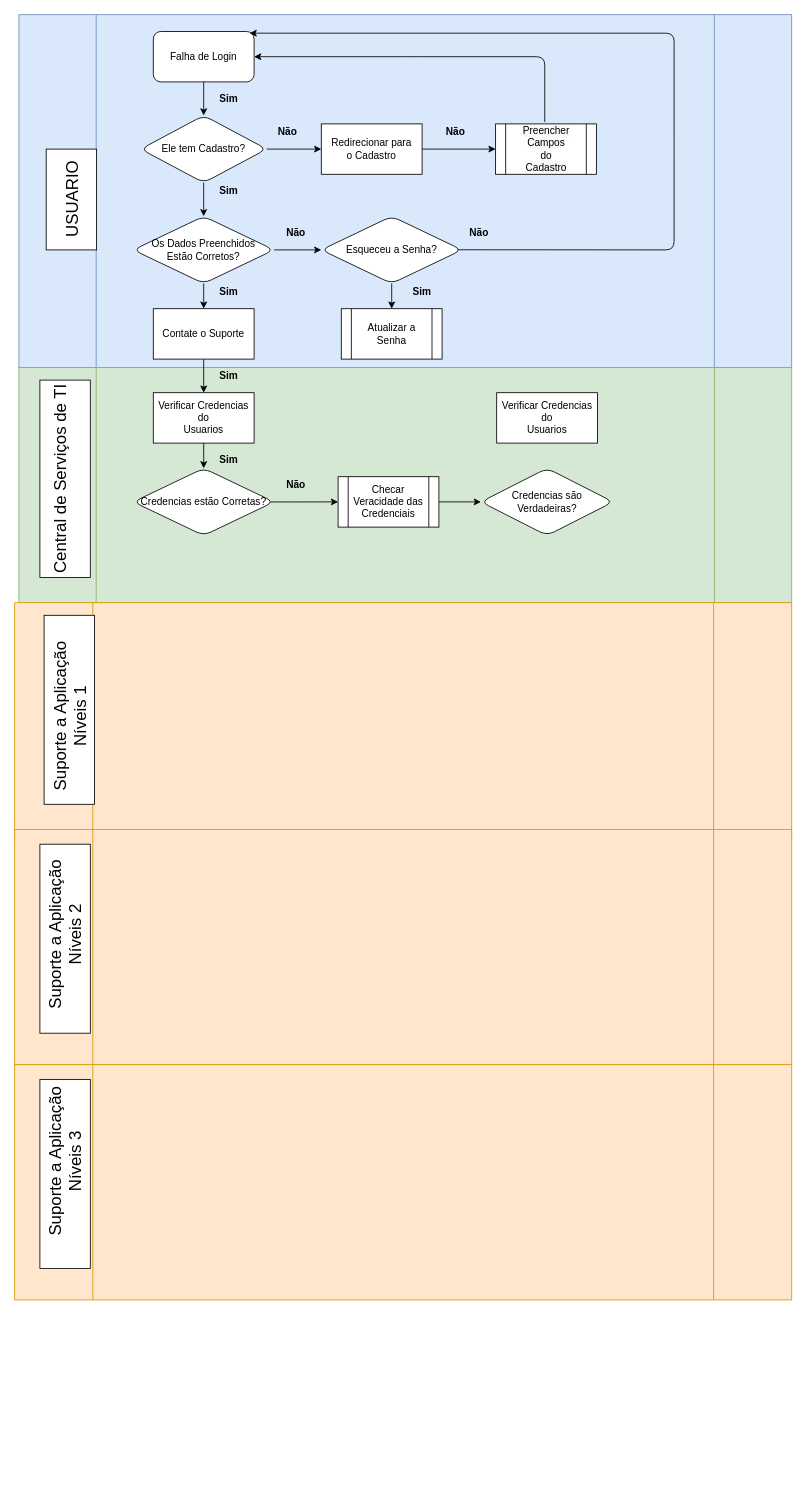
Earlier version of the draw.io diagram Documentação/Diagramas/fluxograma_helpdesk.drawio (LucasTeixeira793/StrongBerry). Source tidied: cells renumbered, new cells numbered last; positions are measured from the earlier drawing's top-left corner, leaving out a move shared by most shapes. Both pictures are drawn from the tidied source at 84%, with x=0, y=0 at pixel (-49, 14).
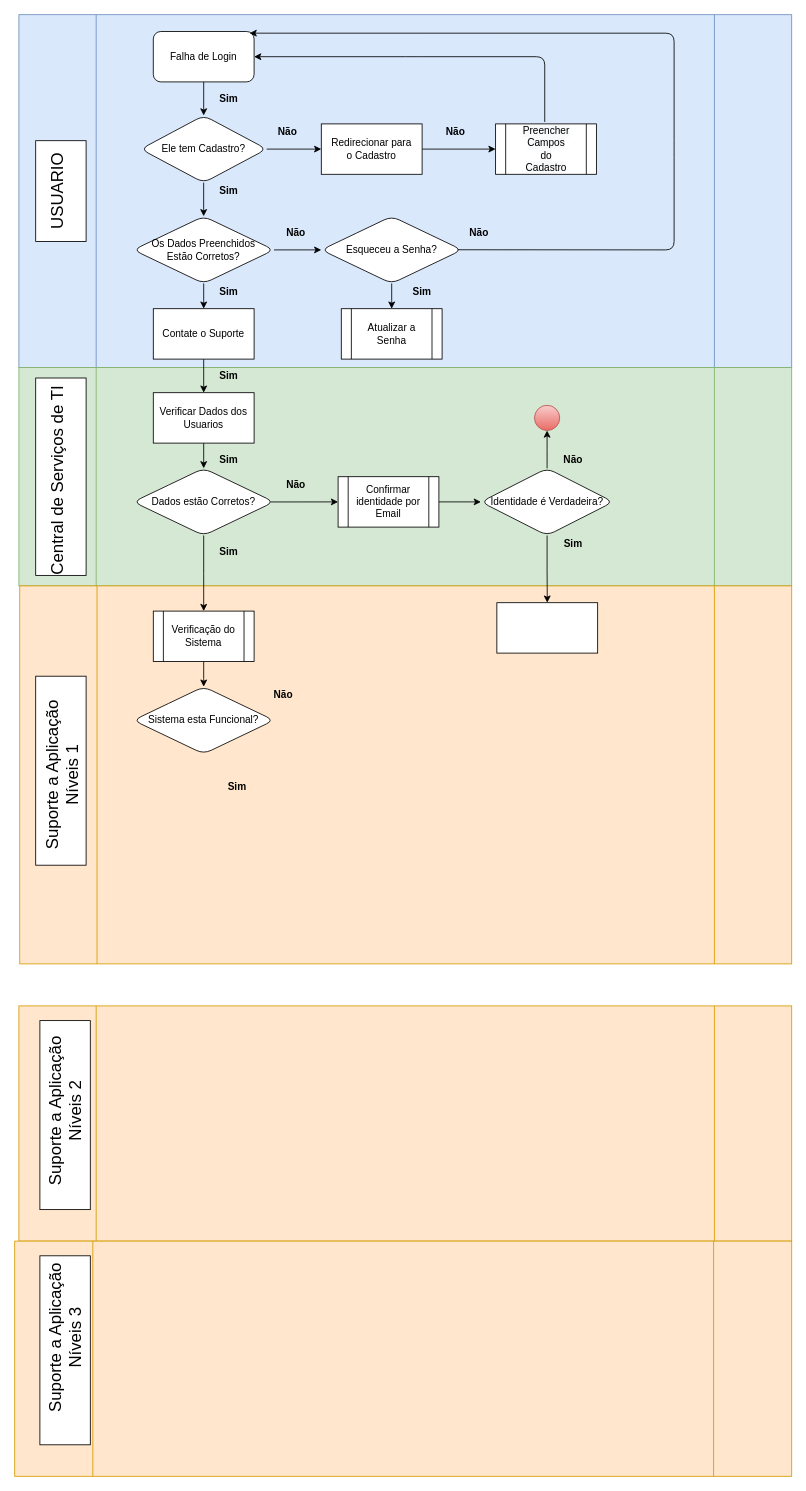
The same page after the edit.

What changed in the source:
```diff
@@
     <mxCell id="3" style="shape=process;whiteSpace=wrap;html=1;backgroundOutline=1;fillColor=#d5e8d4;strokeColor=#82b366;" parent="1" vertex="1">
-      <mxGeometry x="80" y="420" width="920" height="280" as="geometry" />
+      <mxGeometry x="80" y="420" width="920" height="260" as="geometry" />
     </mxCell>
     <mxCell id="4" style="shape=process;whiteSpace=wrap;html=1;backgroundOutline=1;fillColor=#ffe6cc;strokeColor=#d79b00;" parent="1" vertex="1">
-      <mxGeometry x="75" y="700" width="925" height="280" as="geometry" />
+      <mxGeometry x="81" y="680" width="919" height="450" as="geometry" />
     </mxCell>
     <mxCell id="5" style="rounded=0;whiteSpace=wrap;html=1;rotation=-90;" parent="1" vertex="1">
-      <mxGeometry x="82.5" y="190" width="120" height="60" as="geometry" />
+      <mxGeometry x="70" y="180" width="120" height="60" as="geometry" />
     </mxCell>
     <mxCell id="6" value="&lt;font style=&quot;font-size: 20px&quot;&gt;USUARIO&lt;/font&gt;" style="text;html=1;strokeColor=none;fillColor=none;align=center;verticalAlign=middle;whiteSpace=wrap;rounded=0;rotation=-90;" parent="1" vertex="1">
-      <mxGeometry x="42.5" y="210" width="200" height="20" as="geometry" />
+      <mxGeometry x="25" y="200" width="200" height="20" as="geometry" />
     </mxCell>
     <mxCell id="7" style="rounded=0;whiteSpace=wrap;html=1;rotation=-90;" parent="1" vertex="1">
-      <mxGeometry x="17.5" y="522.5" width="235" height="60" as="geometry" />
+      <mxGeometry x="12.5" y="520" width="235" height="60" as="geometry" />
     </mxCell>
     <mxCell id="8" value="&lt;font style=&quot;font-size: 20px&quot;&gt;Central de Serviços de TI&lt;br&gt;&lt;br&gt;&lt;/font&gt;" style="text;html=1;strokeColor=none;fillColor=none;align=center;verticalAlign=middle;whiteSpace=wrap;rounded=0;rotation=-90;" parent="1" vertex="1">
-      <mxGeometry x="20" y="527.5" width="240" height="50" as="geometry" />
+      <mxGeometry x="17.5" y="530" width="240" height="50" as="geometry" />
     </mxCell>
     <mxCell id="9" style="rounded=0;whiteSpace=wrap;html=1;rotation=-90;" parent="1" vertex="1">
-      <mxGeometry x="27.5" y="797.5" width="225" height="60" as="geometry" />
+      <mxGeometry x="17.5" y="870" width="225" height="60" as="geometry" />
     </mxCell>
     <mxCell id="10" value="&lt;font style=&quot;font-size: 20px&quot;&gt;Suporte a Aplicação&lt;br&gt;Níveis 1&lt;br&gt;&lt;/font&gt;" style="text;html=1;strokeColor=none;fillColor=none;align=center;verticalAlign=middle;whiteSpace=wrap;rounded=0;rotation=-90;" parent="1" vertex="1">
-      <mxGeometry x="5" y="810" width="270" height="50" as="geometry" />
+      <mxGeometry x="-4" y="880" width="270" height="50" as="geometry" />
     </mxCell>
     <mxCell id="11" style="shape=process;whiteSpace=wrap;html=1;backgroundOutline=1;fillColor=#ffe6cc;strokeColor=#d79b00;" parent="1" vertex="1">
-      <mxGeometry x="75" y="970" width="925" height="280" as="geometry" />
+      <mxGeometry x="80" y="1180" width="920" height="280" as="geometry" />
     </mxCell>
     <mxCell id="12" style="shape=process;whiteSpace=wrap;html=1;backgroundOutline=1;fillColor=#ffe6cc;strokeColor=#d79b00;" parent="1" vertex="1">
-      <mxGeometry x="75" y="1250" width="925" height="280" as="geometry" />
+      <mxGeometry x="75" y="1460" width="925" height="280" as="geometry" />
     </mxCell>
     <mxCell id="13" style="rounded=0;whiteSpace=wrap;html=1;rotation=-90;" parent="1" vertex="1">
-      <mxGeometry x="22.5" y="1070" width="225" height="60" as="geometry" />
+      <mxGeometry x="22.5" y="1280" width="225" height="60" as="geometry" />
     </mxCell>
     <mxCell id="14" style="rounded=0;whiteSpace=wrap;html=1;rotation=-90;" parent="1" vertex="1">
-      <mxGeometry x="22.5" y="1350" width="225" height="60" as="geometry" />
+      <mxGeometry x="22.5" y="1560" width="225" height="60" as="geometry" />
     </mxCell>
     <mxCell id="15" value="&lt;font style=&quot;font-size: 20px&quot;&gt;Suporte a Aplicação&lt;br&gt;Níveis 2&lt;br&gt;&lt;/font&gt;" style="text;html=1;strokeColor=none;fillColor=none;align=center;verticalAlign=middle;whiteSpace=wrap;rounded=0;rotation=-90;" parent="1" vertex="1">
-      <mxGeometry y="1070" width="270" height="50" as="geometry" />
+      <mxGeometry y="1280" width="270" height="50" as="geometry" />
     </mxCell>
     <mxCell id="16" value="&lt;font style=&quot;font-size: 20px&quot;&gt;Suporte a Aplicação&lt;br&gt;Níveis 3&lt;br&gt;&lt;/font&gt;" style="text;html=1;strokeColor=none;fillColor=none;align=center;verticalAlign=middle;whiteSpace=wrap;rounded=0;rotation=-90;" parent="1" vertex="1">
-      <mxGeometry y="1340" width="270" height="50" as="geometry" />
+      <mxGeometry y="1550" width="270" height="50" as="geometry" />
     </mxCell>
@@
-    <mxCell id="41" value="Verificar Credencias do&lt;br&gt;Usuarios" style="rounded=0;whiteSpace=wrap;html=1;shadow=0;" parent="1" vertex="1">
+    <mxCell id="41" value="Verificar Dados dos&lt;br&gt;Usuarios" style="rounded=0;whiteSpace=wrap;html=1;shadow=0;" parent="1" vertex="1">
       <mxGeometry x="240" y="450" width="120" height="60" as="geometry" />
     </mxCell>
+    <mxCell id="54" style="edgeStyle=orthogonalEdgeStyle;rounded=0;jettySize=auto;html=1;" parent="1" edge="1" source="42" target="63">
+      <mxGeometry relative="1" as="geometry" />
+    </mxCell>
-    <mxCell id="42" value="Credencias estão Corretas?" style="rhombus;whiteSpace=wrap;html=1;rounded=1;" parent="1" vertex="1">
+    <mxCell id="42" value="Dados estão Corretos?" style="rhombus;whiteSpace=wrap;html=1;rounded=1;" parent="1" vertex="1">
       <mxGeometry x="216.2" y="540" width="167.5" height="80" as="geometry" />
     </mxCell>
@@
-    <mxCell id="51" value="Checar Veracidade das Credenciais" style="shape=process;whiteSpace=wrap;html=1;backgroundOutline=1;shadow=0;" parent="1" vertex="1">
+    <mxCell id="51" value="Confirmar identidade por Email" style="shape=process;whiteSpace=wrap;html=1;backgroundOutline=1;shadow=0;" parent="1" vertex="1">
       <mxGeometry x="460" y="550" width="120" height="60" as="geometry" />
     </mxCell>
+    <mxCell id="55" style="edgeStyle=orthogonalEdgeStyle;rounded=0;jettySize=auto;html=1;entryX=0.5;entryY=1;entryDx=0;entryDy=0;" parent="1" edge="1" source="52" target="58">
+      <mxGeometry relative="1" as="geometry" />
+    </mxCell>
+    <mxCell id="56" style="edgeStyle=orthogonalEdgeStyle;rounded=0;jettySize=auto;html=1;entryX=0.5;entryY=0;entryDx=0;entryDy=0;" parent="1" edge="1" source="52" target="60">
+      <mxGeometry relative="1" as="geometry" />
+    </mxCell>
-    <mxCell id="52" value="Credencias são Verdadeiras?" style="rhombus;whiteSpace=wrap;html=1;rounded=1;" parent="1" vertex="1">
+    <mxCell id="52" value="Identidade é Verdadeira?" style="rhombus;whiteSpace=wrap;html=1;rounded=1;" parent="1" vertex="1">
       <mxGeometry x="630" y="540" width="157.5" height="80" as="geometry" />
     </mxCell>
-    <mxCell id="53" value="Verificar Credencias do&lt;br&gt;Usuarios" style="rounded=0;whiteSpace=wrap;html=1;shadow=0;" parent="1" vertex="1">
-      <mxGeometry x="648.8" y="450" width="120" height="60" as="geometry" />
-    </mxCell>
+    <mxCell id="57" value="&lt;b&gt;Não&lt;/b&gt;" style="text;html=1;strokeColor=none;fillColor=none;align=center;verticalAlign=middle;whiteSpace=wrap;rounded=0;" parent="1" vertex="1">
+      <mxGeometry x="720" y="520" width="40" height="20" as="geometry" />
+    </mxCell>
+    <mxCell id="58" style="ellipse;whiteSpace=wrap;html=1;shadow=0;fillColor=#f8cecc;strokeColor=#b85450;gradientColor=#ea6b66;" parent="1" vertex="1">
+      <mxGeometry x="693.8" y="465" width="30" height="30" as="geometry" />
+    </mxCell>
+    <mxCell id="59" value="&lt;b&gt;Sim&lt;/b&gt;" style="text;html=1;strokeColor=none;fillColor=none;align=center;verticalAlign=middle;whiteSpace=wrap;rounded=0;" parent="1" vertex="1">
+      <mxGeometry x="720" y="620" width="40" height="20" as="geometry" />
+    </mxCell>
+    <mxCell id="60" style="rounded=0;whiteSpace=wrap;html=1;shadow=0;" parent="1" vertex="1">
+      <mxGeometry x="649" y="700" width="120" height="60" as="geometry" />
+    </mxCell>
+    <mxCell id="61" value="&lt;b&gt;Sim&lt;/b&gt;" style="text;html=1;strokeColor=none;fillColor=none;align=center;verticalAlign=middle;whiteSpace=wrap;rounded=0;" parent="1" vertex="1">
+      <mxGeometry x="310" y="630" width="40" height="20" as="geometry" />
+    </mxCell>
+    <mxCell id="62" style="edgeStyle=orthogonalEdgeStyle;rounded=0;jettySize=auto;html=1;" parent="1" edge="1" source="63" target="64">
+      <mxGeometry relative="1" as="geometry" />
+    </mxCell>
+    <mxCell id="63" value="Verificação do Sistema" style="shape=process;whiteSpace=wrap;html=1;backgroundOutline=1;shadow=0;" parent="1" vertex="1">
+      <mxGeometry x="240" y="710" width="120" height="60" as="geometry" />
+    </mxCell>
+    <mxCell id="64" value="Sistema esta Funcional?" style="rhombus;whiteSpace=wrap;html=1;rounded=1;" parent="1" vertex="1">
+      <mxGeometry x="216.2" y="800" width="167.5" height="80" as="geometry" />
+    </mxCell>
+    <mxCell id="65" value="&lt;b&gt;Não&lt;/b&gt;" style="text;html=1;strokeColor=none;fillColor=none;align=center;verticalAlign=middle;whiteSpace=wrap;rounded=0;" parent="1" vertex="1">
+      <mxGeometry x="375" y="800" width="40" height="20" as="geometry" />
+    </mxCell>
+    <mxCell id="66" value="&lt;b&gt;Sim&lt;/b&gt;" style="text;html=1;strokeColor=none;fillColor=none;align=center;verticalAlign=middle;whiteSpace=wrap;rounded=0;" parent="1" vertex="1">
+      <mxGeometry x="320" y="910" width="40" height="20" as="geometry" />
+    </mxCell>
```
